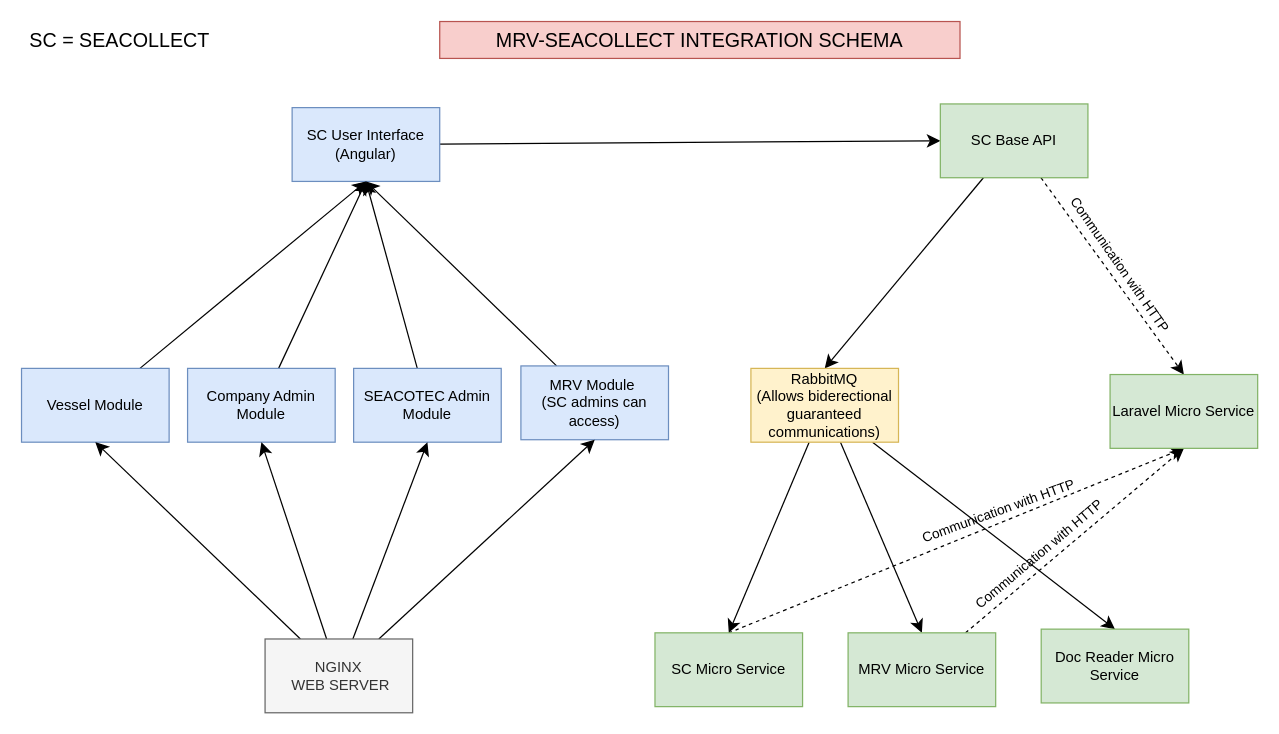
Above: page "SC-MRV" (9 of 9) of mrvtool.drawio in dagistan-tuncbilek/tasarimlar (draw.io), before the change. Source tidied: cells renumbered, new cells numbered last; positions are measured from the earlier drawing's top-left corner, leaving out a move shared by most shapes. Both pictures are drawn from the tidied source at 123%, with x=0, y=0 at pixel (21, 21).
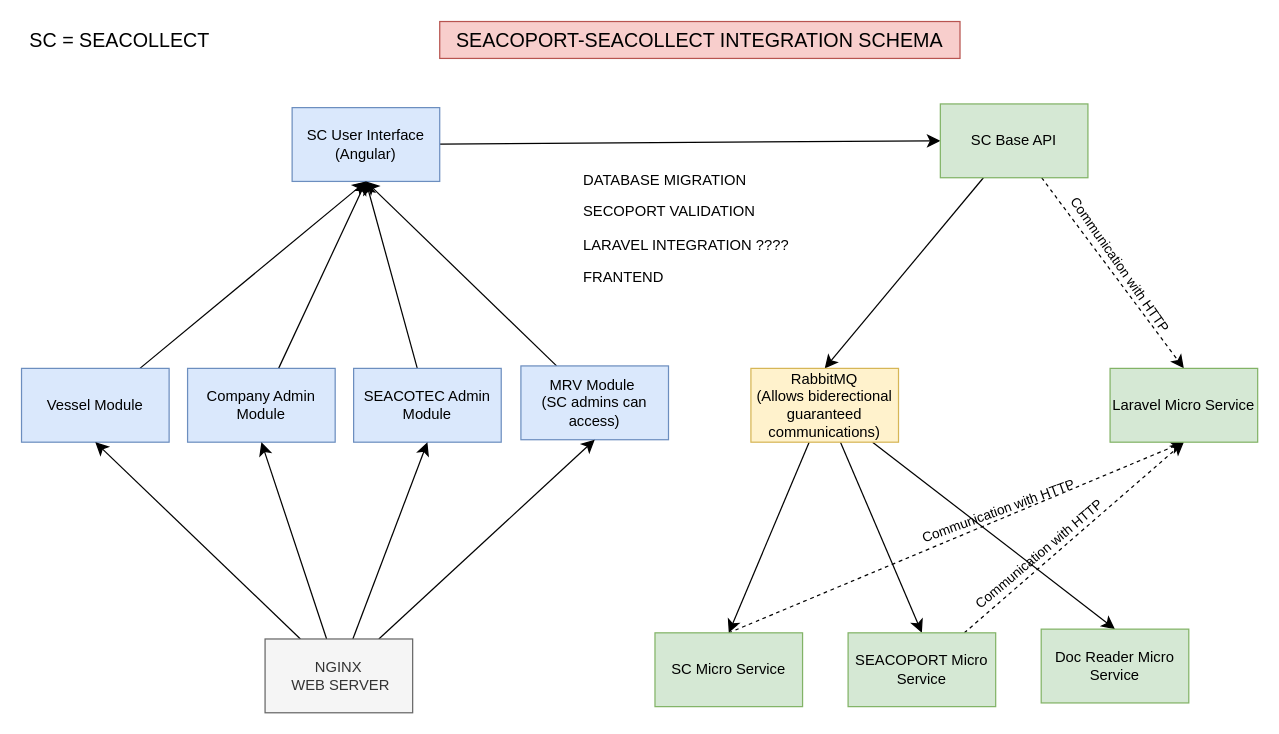
The same diagram, later.

What changed in the source:
```diff
@@
-    <mxCell id="28" value="MRV Micro Service" style="rounded=0;whiteSpace=wrap;html=1;fillColor=#d5e8d4;strokeColor=#82b366;" parent="1" vertex="1">
+    <mxCell id="28" value="SEACOPORT Micro Service" style="rounded=0;whiteSpace=wrap;html=1;fillColor=#d5e8d4;strokeColor=#82b366;" parent="1" vertex="1">
       <mxGeometry x="672" y="497" width="120" height="60" as="geometry" />
     </mxCell>
@@
     <mxCell id="30" value="Laravel Micro Service" style="rounded=0;whiteSpace=wrap;html=1;fillColor=#d5e8d4;strokeColor=#82b366;" parent="1" vertex="1">
-      <mxGeometry x="885" y="287" width="120" height="60" as="geometry" />
+      <mxGeometry x="885" y="282" width="120" height="60" as="geometry" />
     </mxCell>
@@
-    <mxCell id="34" value="MRV-SEACOLLECT INTEGRATION SCHEMA" style="text;html=1;align=center;verticalAlign=middle;whiteSpace=wrap;rounded=0;fontSize=16;fillColor=#f8cecc;strokeColor=#b85450;" parent="1" vertex="1">
+    <mxCell id="34" value="SEACOPORT-SEACOLLECT INTEGRATION SCHEMA" style="text;html=1;align=center;verticalAlign=middle;whiteSpace=wrap;rounded=0;fontSize=16;fillColor=#f8cecc;strokeColor=#b85450;" parent="1" vertex="1">
       <mxGeometry x="340" width="423" height="30" as="geometry" />
     </mxCell>
+    <mxCell id="35" value="&lt;p&gt;DATABASE MIGRATION&lt;/p&gt;&lt;p&gt;SECOPORT VALIDATION&lt;/p&gt;&lt;p&gt;LARAVEL INTEGRATION ????&lt;/p&gt;&lt;p&gt;FRANTEND&lt;br&gt;&lt;/p&gt;" style="text;html=1;whiteSpace=wrap;overflow=hidden;rounded=0;" parent="1" vertex="1">
+      <mxGeometry x="455" y="103" width="185" height="153" as="geometry" />
+    </mxCell>
```
